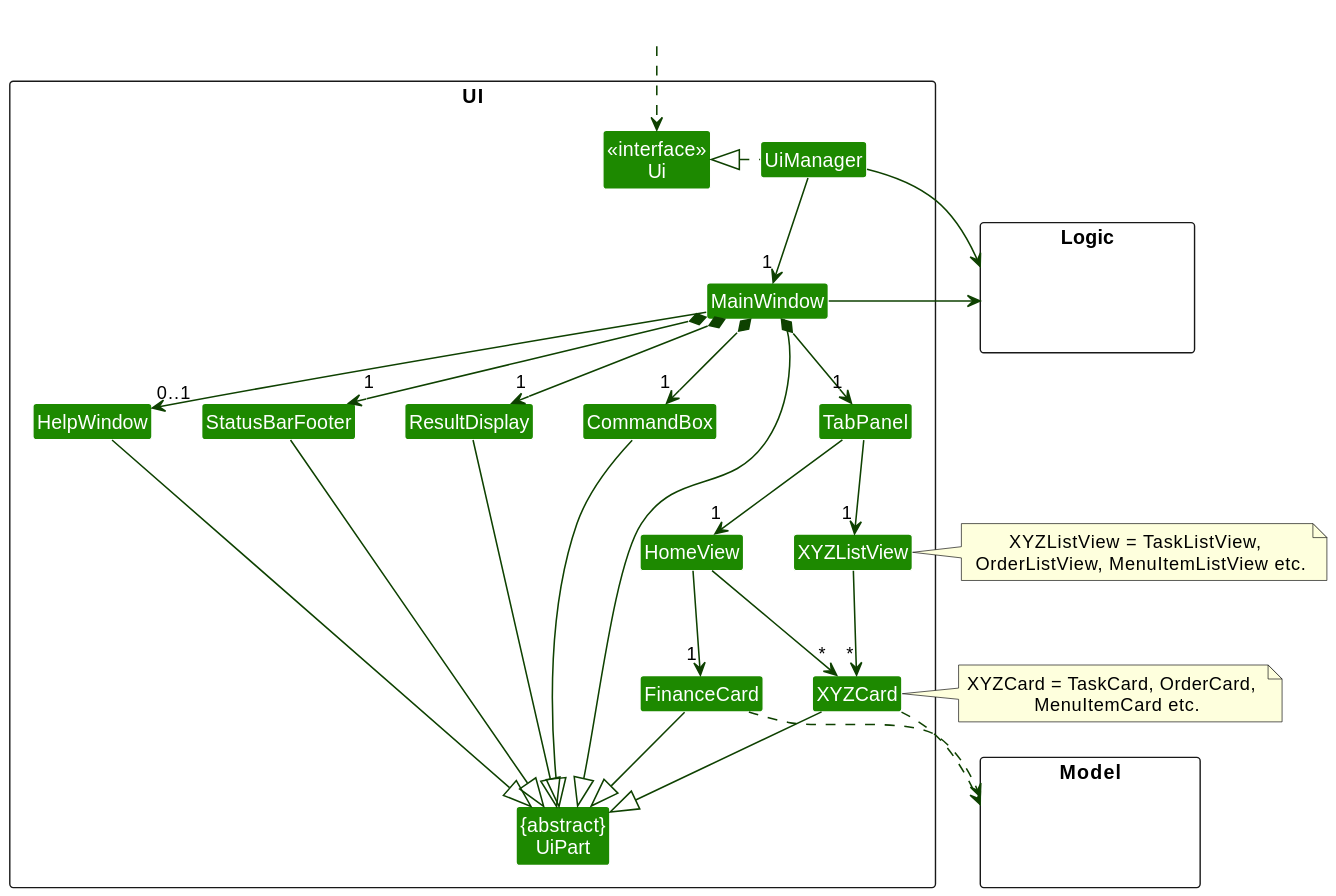
Above: docs/images/UiClassDiagram.svg in nus-cs2103-AY2223S2/tp (PlantUML), before the change.
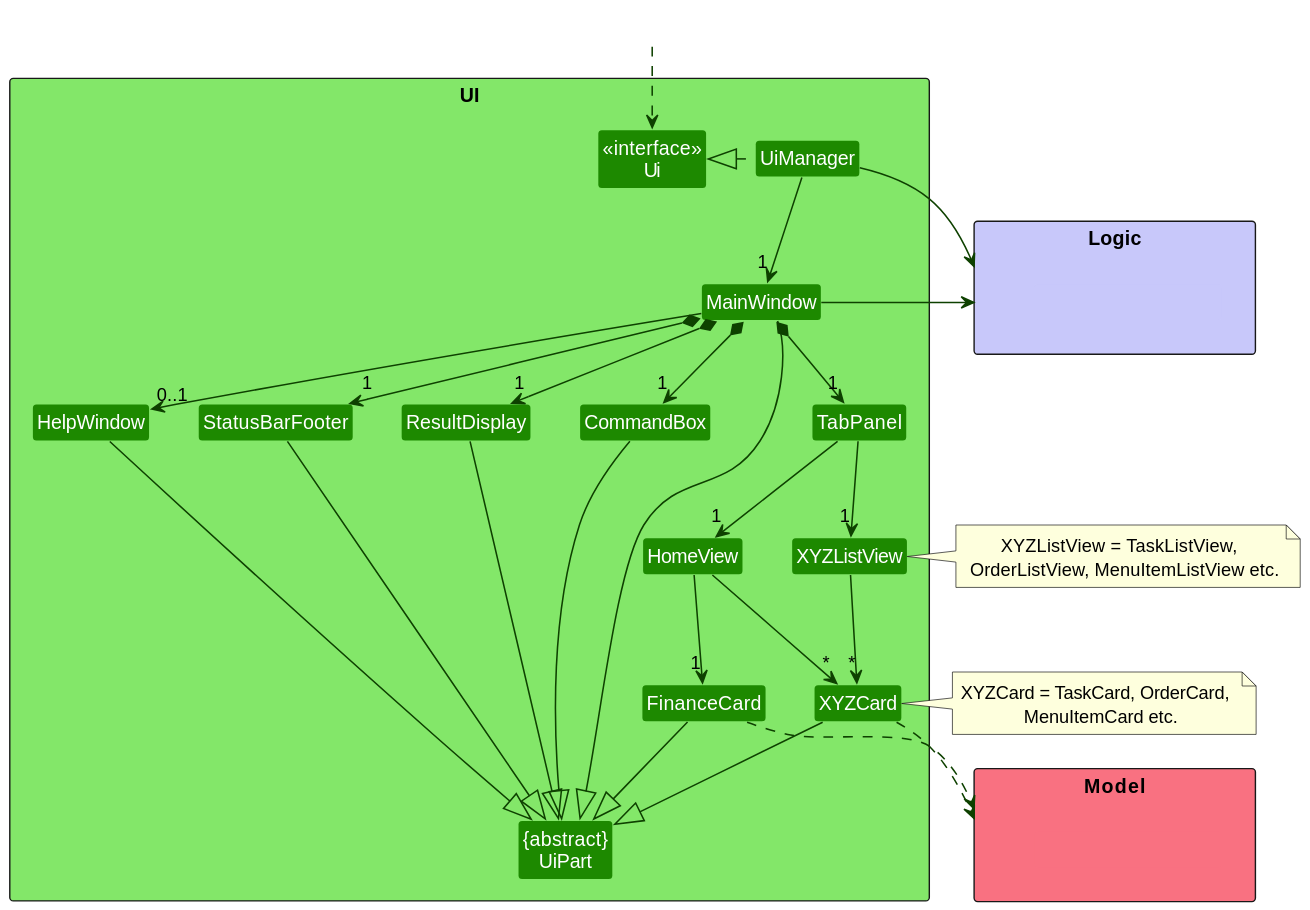
The same diagram one commit later.

The edit, as a diff of the source:
```diff
@@ -4,7 +4,7 @@
 skinparam arrowColor UI_COLOR_T4
 skinparam classBackgroundColor UI_COLOR
 
-package UI <<Rectangle>>{
+package UI <<Rectangle>> UI_COLOR_T1 {
 Class "<<interface>>\nUi" as Ui
 Class "{abstract}\nUiPart" as UiPart
 Class UiManager
@@ -20,12 +20,12 @@
 Class CommandBox
 }
 
-package Model <<Rectangle>> {
-Class HiddenModel #FFFFFF
+package Model <<Rectangle>> MODEL_COLOR_T1 {
+Class "                                " as HiddenModel MODEL_COLOR_T1
 }
 
-package Logic <<Rectangle>> {
-Class HiddenLogic #FFFFFF
+package Logic <<Rectangle>> LOGIC_COLOR_T1 {
+Class "                                " as HiddenLogic LOGIC_COLOR_T1
 }
 
 Class HiddenOutside #FFFFFF
```
